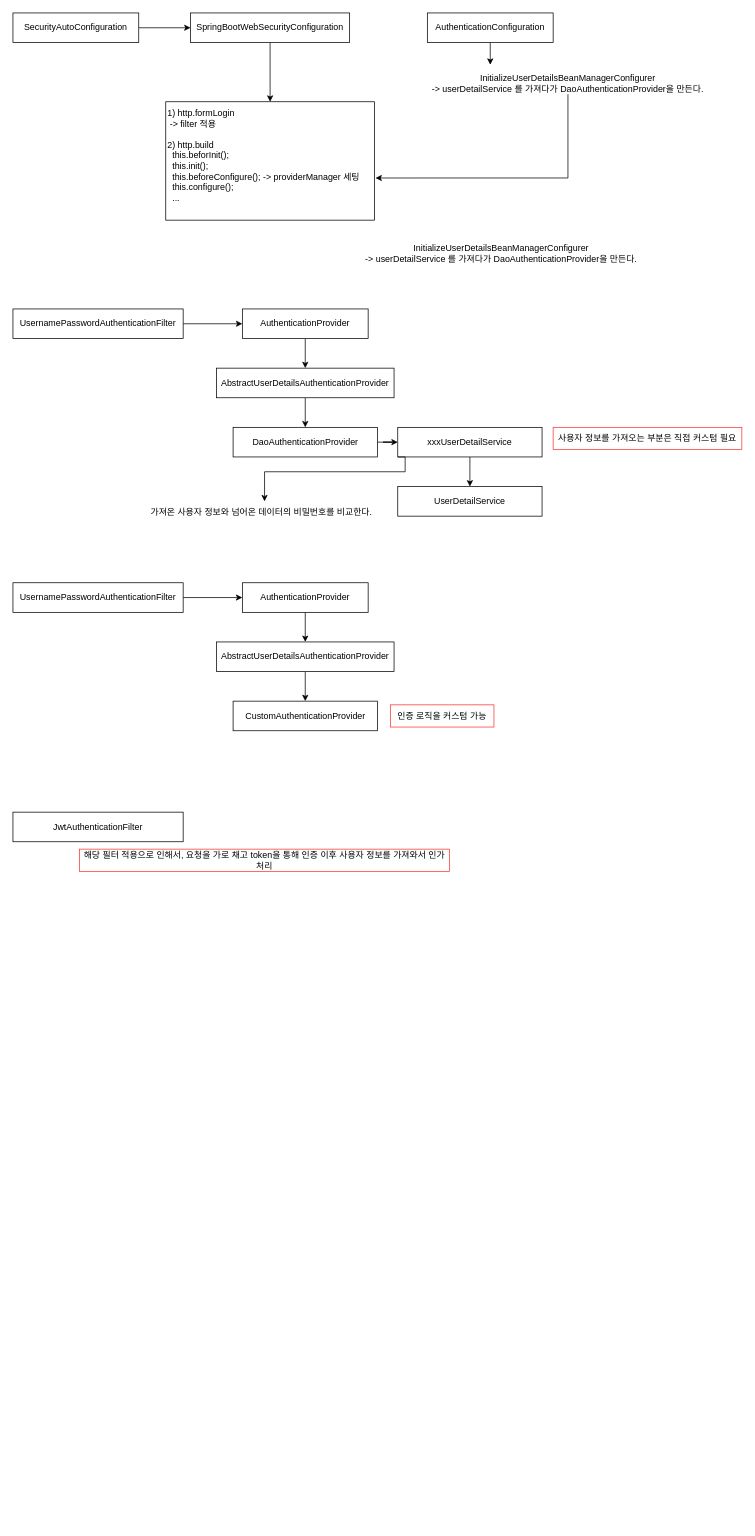
Earlier version of the draw.io diagram chapter5.drawio (SongYoungMin-304/InflearnDraw.io). Source tidied: cells renumbered, new cells numbered last; positions are measured from the earlier drawing's top-left corner, leaving out a move shared by most shapes. Both pictures are drawn from the tidied source at 74%, with x=0, y=0 at pixel (13, 13).
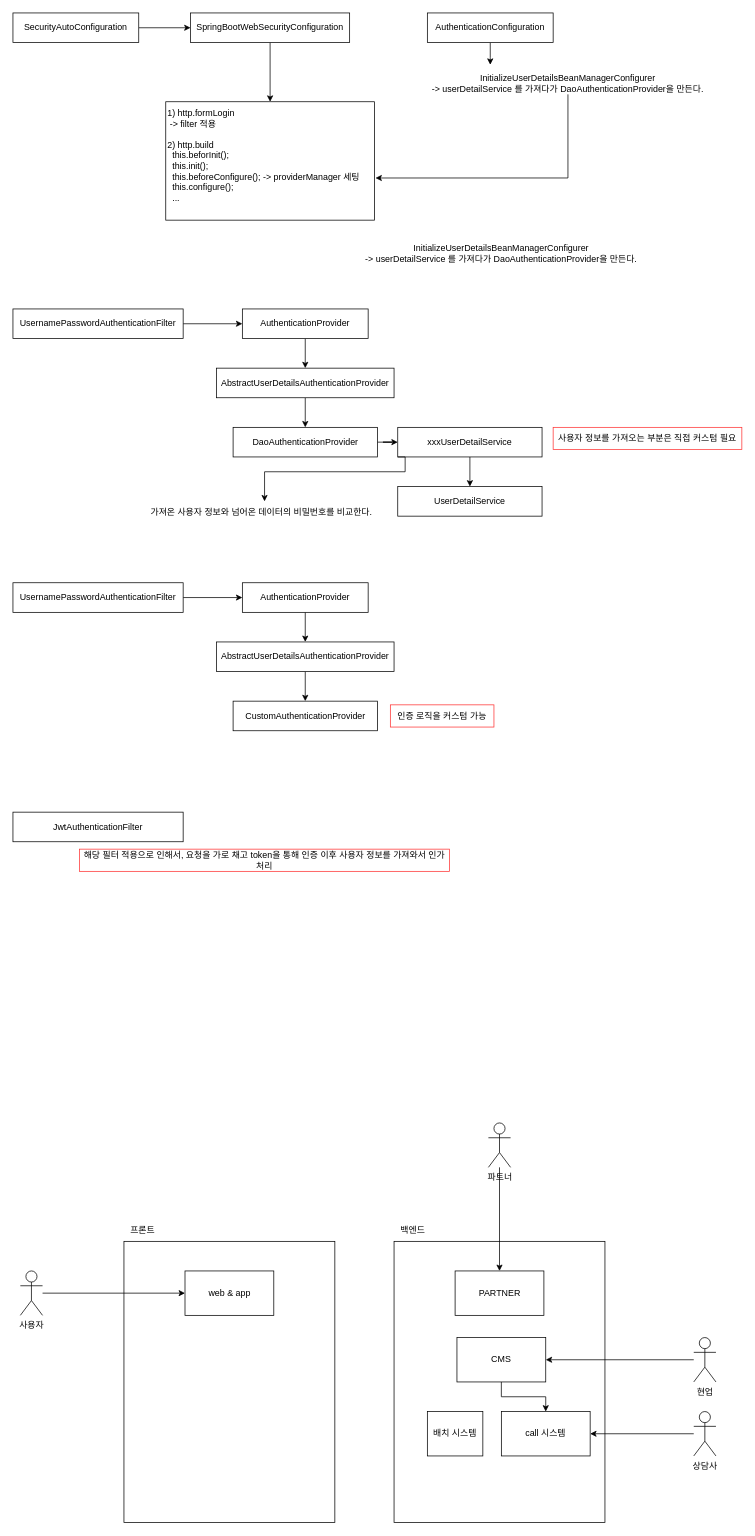
The same diagram, later.

Change to the diagram source:
```diff
@@
+    <mxCell id="36" style="rounded=0;whiteSpace=wrap;html=1;" parent="1" vertex="1">
+      <mxGeometry x="515" y="1660" width="285" height="380" as="geometry" />
+    </mxCell>
+    <mxCell id="37" value="백엔드" style="text;html=1;align=center;verticalAlign=middle;strokeColor=none;fillColor=none;" parent="1" vertex="1">
+      <mxGeometry x="515" y="1630" width="50" height="30" as="geometry" />
+    </mxCell>
+    <mxCell id="38" style="edgeStyle=orthogonalEdgeStyle;rounded=0;jettySize=auto;html=1;" parent="1" edge="1" source="39" target="46">
+      <mxGeometry relative="1" as="geometry" />
+    </mxCell>
+    <mxCell id="39" value="CMS" style="rounded=0;whiteSpace=wrap;html=1;" parent="1" vertex="1">
+      <mxGeometry x="600" y="1790" width="120" height="60" as="geometry" />
+    </mxCell>
+    <mxCell id="40" value="PARTNER" style="rounded=0;whiteSpace=wrap;html=1;" parent="1" vertex="1">
+      <mxGeometry x="597.5" y="1700" width="120" height="60" as="geometry" />
+    </mxCell>
+    <mxCell id="41" style="edgeStyle=orthogonalEdgeStyle;rounded=0;jettySize=auto;html=1;" parent="1" edge="1" source="42" target="39">
+      <mxGeometry relative="1" as="geometry" />
+    </mxCell>
+    <mxCell id="42" value="현업" style="shape=umlActor;verticalLabelPosition=bottom;verticalAlign=top;html=1;outlineConnect=0;" parent="1" vertex="1">
+      <mxGeometry x="920" y="1790" width="30" height="60" as="geometry" />
+    </mxCell>
+    <mxCell id="43" style="edgeStyle=orthogonalEdgeStyle;rounded=0;jettySize=auto;html=1;entryX=0.5;entryY=0;entryDx=0;entryDy=0;" parent="1" edge="1" source="44" target="40">
+      <mxGeometry relative="1" as="geometry" />
+    </mxCell>
+    <mxCell id="44" value="파트너" style="shape=umlActor;verticalLabelPosition=bottom;verticalAlign=top;html=1;outlineConnect=0;" parent="1" vertex="1">
+      <mxGeometry x="642.5" y="1500" width="30" height="60" as="geometry" />
+    </mxCell>
+    <mxCell id="45" value="배치 시스템" style="rounded=0;whiteSpace=wrap;html=1;" parent="1" vertex="1">
+      <mxGeometry x="560" y="1890" width="75" height="60" as="geometry" />
+    </mxCell>
+    <mxCell id="46" value="call 시스템" style="rounded=0;whiteSpace=wrap;html=1;" parent="1" vertex="1">
+      <mxGeometry x="660" y="1890" width="120" height="60" as="geometry" />
+    </mxCell>
+    <mxCell id="47" style="edgeStyle=orthogonalEdgeStyle;rounded=0;jettySize=auto;html=1;entryX=1;entryY=0.5;entryDx=0;entryDy=0;" parent="1" edge="1" source="48" target="46">
+      <mxGeometry relative="1" as="geometry" />
+    </mxCell>
+    <mxCell id="48" value="상담사" style="shape=umlActor;verticalLabelPosition=bottom;verticalAlign=top;html=1;outlineConnect=0;" parent="1" vertex="1">
+      <mxGeometry x="920" y="1890" width="30" height="60" as="geometry" />
+    </mxCell>
+    <mxCell id="49" style="rounded=0;whiteSpace=wrap;html=1;" parent="1" vertex="1">
+      <mxGeometry x="150" y="1660" width="285" height="380" as="geometry" />
+    </mxCell>
+    <mxCell id="50" value="프론트" style="text;html=1;align=center;verticalAlign=middle;strokeColor=none;fillColor=none;" parent="1" vertex="1">
+      <mxGeometry x="150" y="1630" width="50" height="30" as="geometry" />
+    </mxCell>
+    <mxCell id="51" value="web &amp;amp; app" style="rounded=0;whiteSpace=wrap;html=1;" parent="1" vertex="1">
+      <mxGeometry x="232.5" y="1700" width="120" height="60" as="geometry" />
+    </mxCell>
+    <mxCell id="52" style="edgeStyle=orthogonalEdgeStyle;rounded=0;jettySize=auto;html=1;" parent="1" edge="1" source="53" target="51">
+      <mxGeometry relative="1" as="geometry" />
+    </mxCell>
+    <mxCell id="53" value="사용자" style="shape=umlActor;verticalLabelPosition=bottom;verticalAlign=top;html=1;outlineConnect=0;" parent="1" vertex="1">
+      <mxGeometry x="10" y="1700" width="30" height="60" as="geometry" />
+    </mxCell>
```
